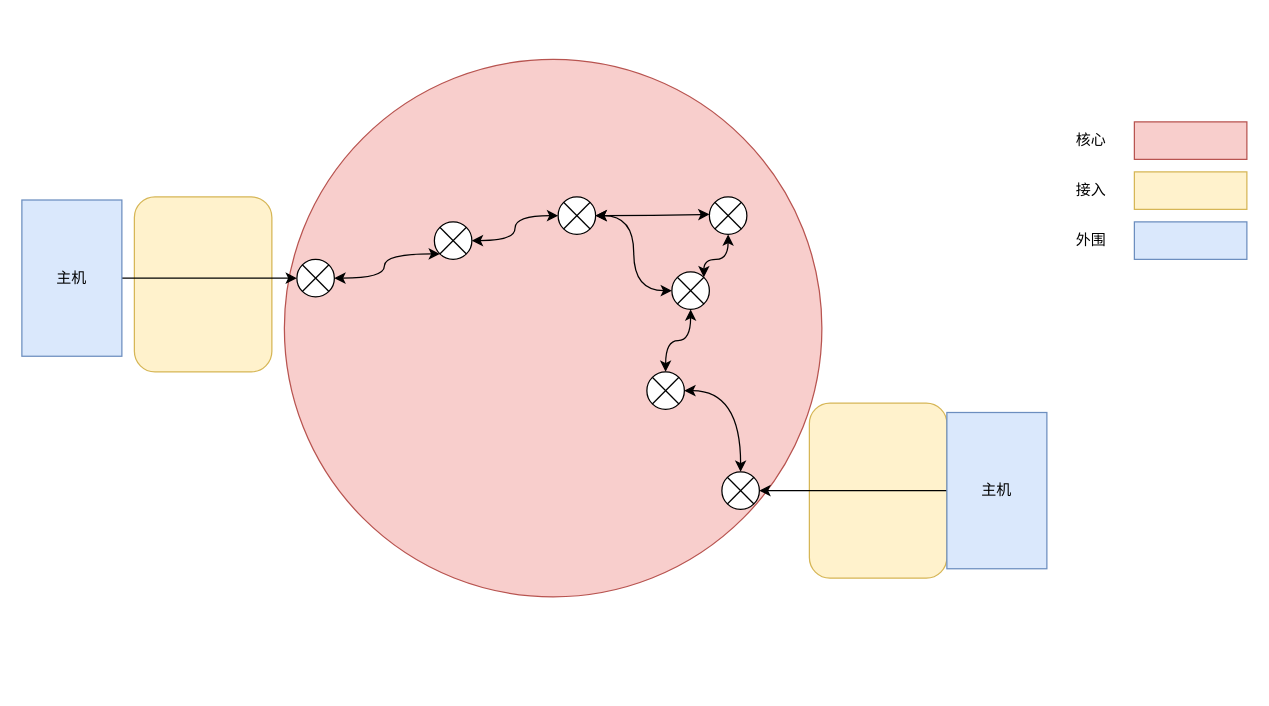
wenxuan-ping/picture keeps this draw.io diagram as 计算机网络/计算机网络结构.drawio. Above is the earlier version. Source tidied: cells renumbered, new cells numbered last; positions are measured from the earlier drawing's top-left corner, leaving out a move shared by most shapes. Both pictures are drawn from the tidied source at 125%, with x=0, y=0 at pixel (21, 59).
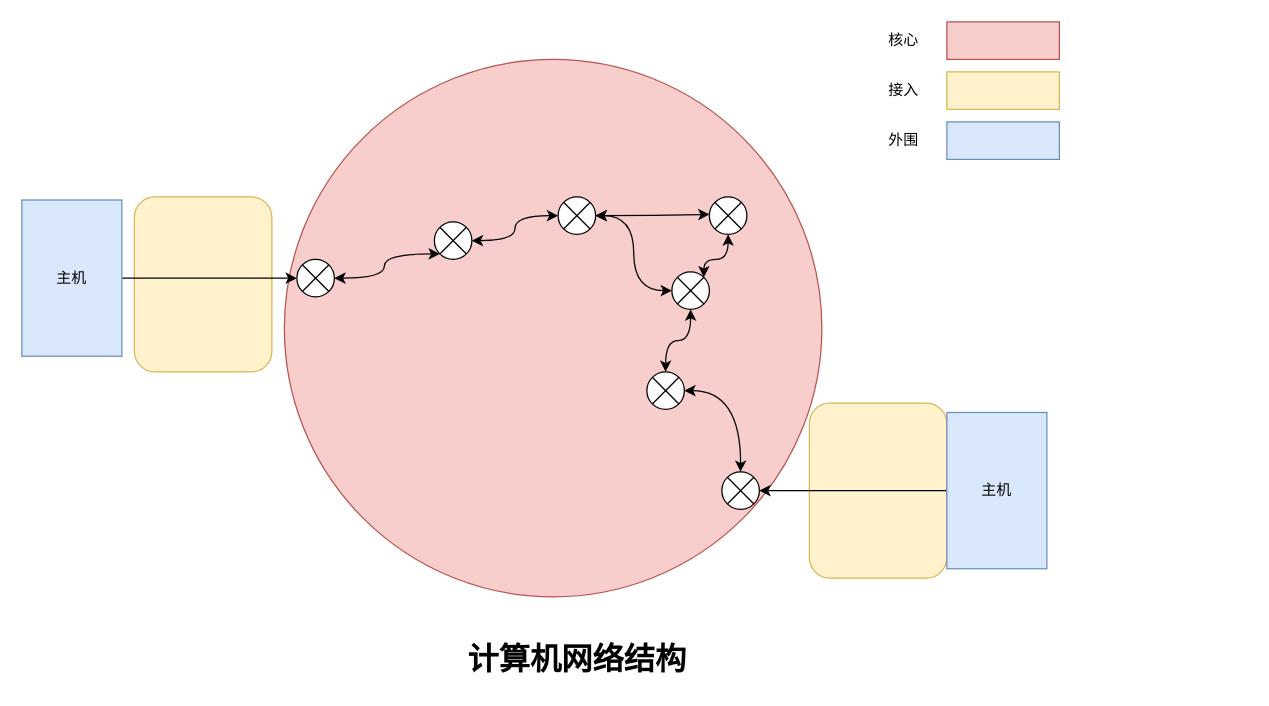
The same page after the edit.

Commit message (it also covers changes not shown here):
更新计算机网络结构.drawio

The edit, as a diff of the source:
```diff
@@
     <mxCell id="23" style="rounded=0;whiteSpace=wrap;html=1;fillColor=#f8cecc;strokeColor=#b85450;" parent="1" vertex="1">
-      <mxGeometry x="890" y="50" width="90" height="30" as="geometry" />
+      <mxGeometry x="740" y="-30" width="90" height="30" as="geometry" />
     </mxCell>
     <mxCell id="24" value="核心" style="text;html=1;align=center;verticalAlign=middle;strokeColor=none;fillColor=none;" parent="1" vertex="1">
-      <mxGeometry x="830" y="50" width="50" height="30" as="geometry" />
+      <mxGeometry x="680" y="-30" width="50" height="30" as="geometry" />
     </mxCell>
     <mxCell id="25" style="rounded=0;whiteSpace=wrap;html=1;fillColor=#fff2cc;strokeColor=#d6b656;" parent="1" vertex="1">
-      <mxGeometry x="890" y="90" width="90" height="30" as="geometry" />
+      <mxGeometry x="740" y="10" width="90" height="30" as="geometry" />
     </mxCell>
     <mxCell id="26" value="接入" style="text;html=1;align=center;verticalAlign=middle;strokeColor=none;fillColor=none;" parent="1" vertex="1">
-      <mxGeometry x="830" y="90" width="50" height="30" as="geometry" />
+      <mxGeometry x="680" y="10" width="50" height="30" as="geometry" />
     </mxCell>
     <mxCell id="27" style="rounded=0;whiteSpace=wrap;html=1;fillColor=#dae8fc;strokeColor=#6c8ebf;" parent="1" vertex="1">
-      <mxGeometry x="890" y="130" width="90" height="30" as="geometry" />
+      <mxGeometry x="740" y="50" width="90" height="30" as="geometry" />
     </mxCell>
     <mxCell id="28" value="外围" style="text;html=1;align=center;verticalAlign=middle;strokeColor=none;fillColor=none;" parent="1" vertex="1">
-      <mxGeometry x="830" y="130" width="50" height="30" as="geometry" />
+      <mxGeometry x="680" y="50" width="50" height="30" as="geometry" />
     </mxCell>
+    <mxCell id="29" value="&lt;b&gt;&lt;font style=&quot;font-size: 25px;&quot;&gt;计算机网络结构&lt;/font&gt;&lt;/b&gt;" style="text;html=1;align=center;verticalAlign=middle;strokeColor=none;fillColor=none;" parent="1" vertex="1">
+      <mxGeometry x="347.5" y="458" width="193" height="42" as="geometry" />
+    </mxCell>
```
